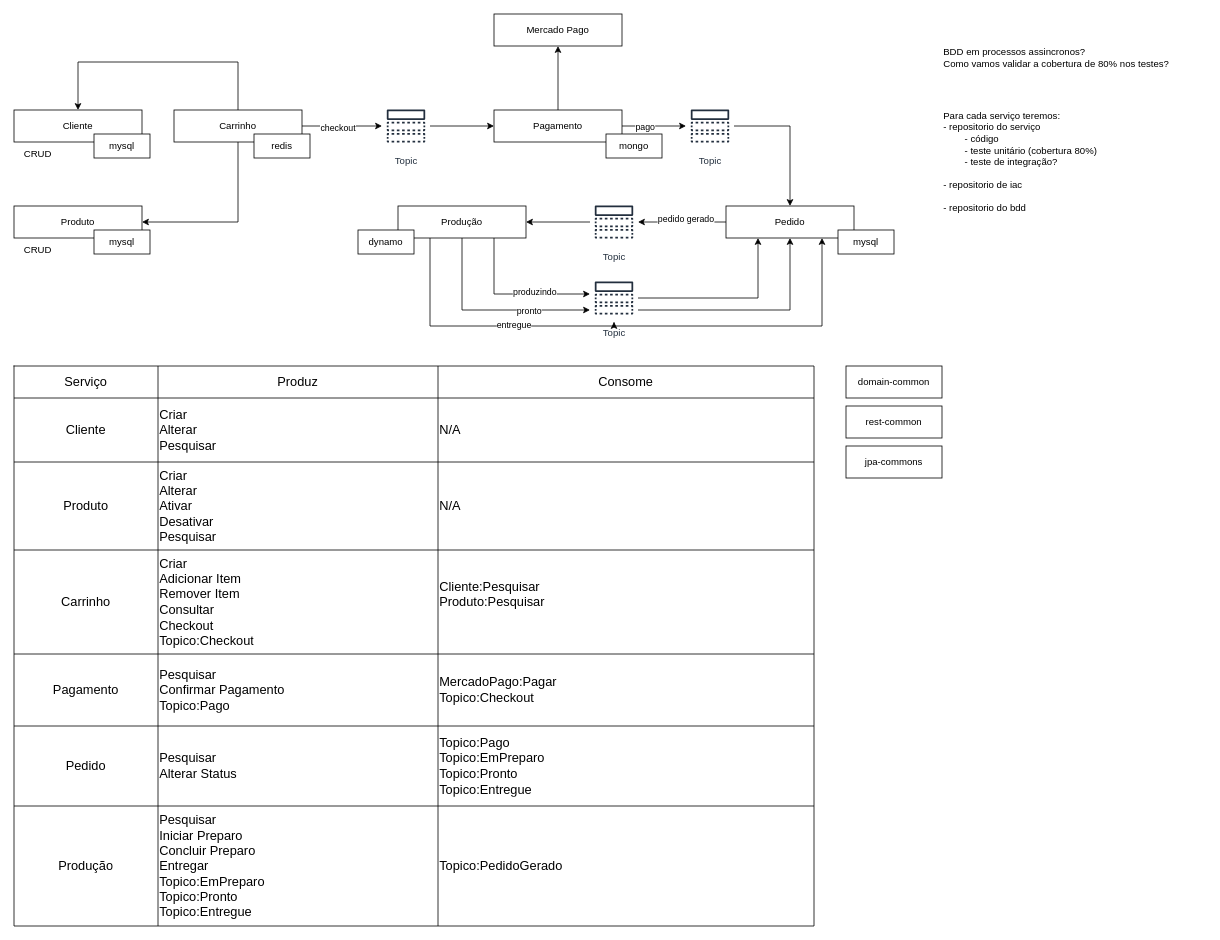
Earlier version of the draw.io diagram page "microservices" (7 of 7) of documentation/tech-challenge-architecture.drawio (fiap-postech/tech-chalenge). Source tidied: cells renumbered, new cells numbered last; positions are measured from the earlier drawing's top-left corner, leaving out a move shared by most shapes. Both pictures are drawn from the tidied source at 80%, with x=0, y=0 at pixel (14, 14).
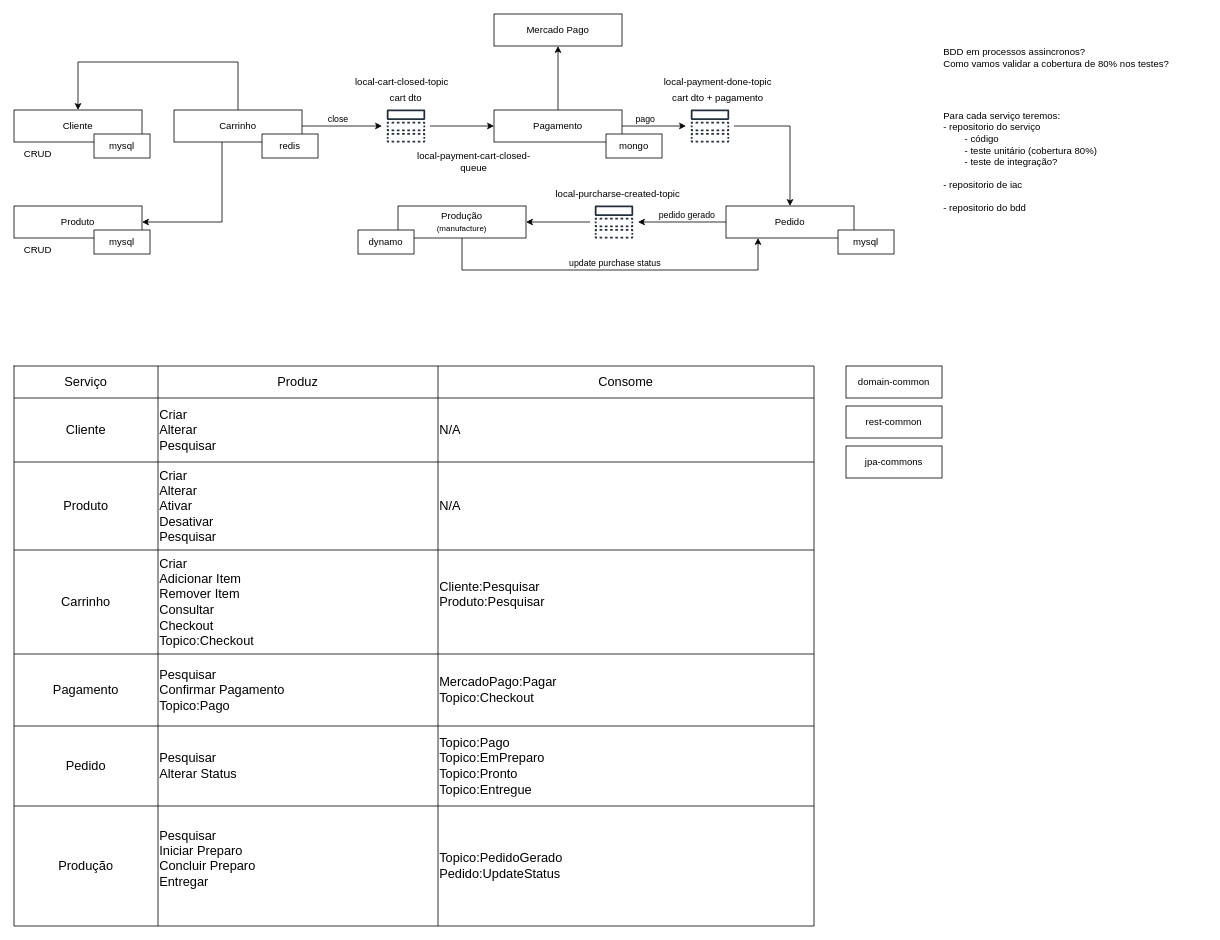
The same page after the edit.

The change refers to these unchanged cells:
```xml
<mxCell id="2" style="edgeStyle=orthogonalEdgeStyle;rounded=0;jettySize=auto;html=1;" parent="1" edge="1" source="4" target="63">
  <mxGeometry relative="1" as="geometry" />
</mxCell>
<mxCell id="4" value="Pedido" style="rounded=0;whiteSpace=wrap;html=1;" parent="1" vertex="1">
  <mxGeometry x="890" y="240" width="160" height="40" as="geometry" />
</mxCell>
<mxCell id="5" style="edgeStyle=orthogonalEdgeStyle;rounded=0;jettySize=auto;html=1;" parent="1" edge="1" source="8" target="61">
  <mxGeometry relative="1" as="geometry" />
</mxCell>
<mxCell id="16" style="edgeStyle=orthogonalEdgeStyle;rounded=0;jettySize=auto;html=1;" parent="1" edge="1" source="20" target="59">
  <mxGeometry relative="1" as="geometry" />
</mxCell>
<mxCell id="20" value="Carrinho" style="rounded=0;whiteSpace=wrap;html=1;" parent="1" vertex="1">
  <mxGeometry x="200" y="120" width="160" height="40" as="geometry" />
</mxCell>
<mxCell id="46" style="shape=tableRow;horizontal=0;startSize=0;swimlaneHead=0;swimlaneBody=0;strokeColor=inherit;top=0;left=0;bottom=0;right=0;fillColor=none;fontSize=16;" parent="21" vertex="1">
  <mxGeometry y="550" width="1000" height="150" as="geometry" />
</mxCell>
<mxCell id="55" value="Produto" style="rounded=0;whiteSpace=wrap;html=1;" parent="54" vertex="1">
  <mxGeometry width="160" height="40" as="geometry" />
</mxCell>
```

The edit, as a diff of the source:
```diff
@@
     <mxCell id="3" value="pedido gerado" style="edgeLabel;html=1;align=center;verticalAlign=middle;" parent="2" vertex="1">
-      <mxGeometry x="-0.07" y="-4" relative="1" as="geometry" />
+      <mxGeometry x="-0.07" y="-4" relative="1" as="geometry">
+        <mxPoint x="1" y="-6" as="offset" />
+      </mxGeometry>
     </mxCell>
@@
     <mxCell id="6" value="pago" style="edgeLabel;html=1;align=center;verticalAlign=middle;" parent="5" vertex="1">
-      <mxGeometry x="-0.3" relative="1" as="geometry" />
+      <mxGeometry x="-0.3" relative="1" as="geometry">
+        <mxPoint y="-10" as="offset" />
+      </mxGeometry>
     </mxCell>
@@
-    <mxCell id="9" style="edgeStyle=orthogonalEdgeStyle;rounded=0;jettySize=auto;html=1;exitX=0.75;exitY=1;exitDx=0;exitDy=0;" parent="1" edge="1" source="15" target="67">
-      <mxGeometry relative="1" as="geometry">
-        <Array as="points">
-          <mxPoint x="600" y="350" />
-        </Array>
-      </mxGeometry>
-    </mxCell>
-    <mxCell id="10" value="produzindo" style="edgeLabel;html=1;align=center;verticalAlign=middle;" parent="9" vertex="1">
-      <mxGeometry x="0.17" y="3" relative="1" as="geometry">
-        <mxPoint x="9" as="offset" />
-      </mxGeometry>
-    </mxCell>
-    <mxCell id="11" style="edgeStyle=orthogonalEdgeStyle;rounded=0;jettySize=auto;html=1;exitX=0.5;exitY=1;exitDx=0;exitDy=0;" parent="1" edge="1" source="15" target="67">
-      <mxGeometry relative="1" as="geometry">
-        <Array as="points">
-          <mxPoint x="560" y="370" />
-        </Array>
-      </mxGeometry>
-    </mxCell>
-    <mxCell id="12" value="pronto" style="edgeLabel;html=1;align=center;verticalAlign=middle;" parent="11" vertex="1">
-      <mxGeometry x="0.38" relative="1" as="geometry" />
-    </mxCell>
-    <mxCell id="13" style="edgeStyle=orthogonalEdgeStyle;rounded=0;jettySize=auto;html=1;exitX=0.25;exitY=1;exitDx=0;exitDy=0;" parent="1" edge="1" source="15" target="67">
-      <mxGeometry relative="1" as="geometry">
-        <Array as="points">
-          <mxPoint x="520" y="390" />
-          <mxPoint x="750" y="390" />
-        </Array>
-      </mxGeometry>
-    </mxCell>
-    <mxCell id="14" value="entregue" style="edgeLabel;html=1;align=center;verticalAlign=middle;" parent="13" vertex="1">
-      <mxGeometry x="0.24" y="2" relative="1" as="geometry" />
-    </mxCell>
-    <mxCell id="15" value="Produção" style="rounded=0;whiteSpace=wrap;html=1;" parent="1" vertex="1">
+    <mxCell id="15" value="Produção&lt;br&gt;&lt;font style=&quot;font-size: 10px;&quot;&gt;(manufacture)&lt;/font&gt;" style="rounded=0;whiteSpace=wrap;html=1;" parent="1" vertex="1">
       <mxGeometry x="480" y="240" width="160" height="40" as="geometry" />
     </mxCell>
@@
-    <mxCell id="17" value="checkout" style="edgeLabel;html=1;align=center;verticalAlign=middle;" parent="16" vertex="1">
-      <mxGeometry x="-0.13" y="-2" relative="1" as="geometry" />
+    <mxCell id="17" value="close" style="edgeLabel;html=1;align=center;verticalAlign=middle;" parent="16" vertex="1">
+      <mxGeometry x="-0.13" y="-2" relative="1" as="geometry">
+        <mxPoint y="-12" as="offset" />
+      </mxGeometry>
     </mxCell>
@@
     <mxCell id="19" style="edgeStyle=orthogonalEdgeStyle;rounded=0;jettySize=auto;html=1;entryX=1;entryY=0.5;entryDx=0;entryDy=0;" parent="1" edge="1" source="20" target="55">
       <mxGeometry relative="1" as="geometry">
         <Array as="points">
-          <mxPoint x="280" y="260" />
+          <mxPoint x="260" y="260" />
         </Array>
       </mxGeometry>
     </mxCell>
@@
-    <mxCell id="48" value="Pesquisar&lt;br&gt;Iniciar Preparo&lt;br&gt;Concluir Preparo&lt;br&gt;Entregar&lt;br&gt;&lt;div style=&quot;border-color: var(--border-color);&quot;&gt;Topico:EmPreparo&lt;/div&gt;&lt;div style=&quot;border-color: var(--border-color);&quot;&gt;&lt;span style=&quot;border-color: var(--border-color); background-color: initial;&quot;&gt;Topico:Pronto&lt;/span&gt;&lt;/div&gt;&lt;div style=&quot;border-color: var(--border-color);&quot;&gt;&lt;span style=&quot;border-color: var(--border-color); background-color: initial;&quot;&gt;Topico:Entregue&lt;/span&gt;&lt;/div&gt;" style="shape=partialRectangle;html=1;whiteSpace=wrap;strokeColor=inherit;overflow=hidden;fillColor=none;top=0;left=0;bottom=0;right=0;fontSize=16;align=left;" parent="46" vertex="1">
+    <mxCell id="48" value="Pesquisar&lt;br&gt;Iniciar Preparo&lt;br&gt;Concluir Preparo&lt;br&gt;Entregar&lt;br&gt;&lt;div style=&quot;border-color: var(--border-color);&quot;&gt;&lt;br&gt;&lt;/div&gt;" style="shape=partialRectangle;html=1;whiteSpace=wrap;strokeColor=inherit;overflow=hidden;fillColor=none;top=0;left=0;bottom=0;right=0;fontSize=16;align=left;" parent="46" vertex="1">
       <mxGeometry x="180" width="350" height="150" as="geometry" />
     </mxCell>
-    <mxCell id="49" value="Topico:PedidoGerado" style="shape=partialRectangle;html=1;whiteSpace=wrap;strokeColor=inherit;overflow=hidden;fillColor=none;top=0;left=0;bottom=0;right=0;fontSize=16;align=left;" parent="46" vertex="1">
+    <mxCell id="49" value="Topico:PedidoGerado&lt;br&gt;Pedido:UpdateStatus" style="shape=partialRectangle;html=1;whiteSpace=wrap;strokeColor=inherit;overflow=hidden;fillColor=none;top=0;left=0;bottom=0;right=0;fontSize=16;align=left;" parent="46" vertex="1">
       <mxGeometry x="530" width="470" height="150" as="geometry" />
     </mxCell>
@@
-    <mxCell id="59" value="Topic" style="sketch=0;outlineConnect=0;fontColor=#232F3E;gradientColor=none;strokeColor=#232F3E;fillColor=#ffffff;dashed=0;verticalLabelPosition=bottom;verticalAlign=top;align=center;html=1;fontSize=12;fontStyle=0;shape=mxgraph.aws4.resourceIcon;resIcon=mxgraph.aws4.topic;" parent="1" vertex="1">
+    <mxCell id="59" style="sketch=0;outlineConnect=0;fontColor=#232F3E;gradientColor=none;strokeColor=#232F3E;fillColor=#ffffff;dashed=0;verticalLabelPosition=bottom;verticalAlign=top;align=center;html=1;fontSize=12;fontStyle=0;shape=mxgraph.aws4.resourceIcon;resIcon=mxgraph.aws4.topic;" parent="1" vertex="1">
       <mxGeometry x="460" y="110" width="60" height="60" as="geometry" />
     </mxCell>
@@
-    <mxCell id="61" value="Topic" style="sketch=0;outlineConnect=0;fontColor=#232F3E;gradientColor=none;strokeColor=#232F3E;fillColor=#ffffff;dashed=0;verticalLabelPosition=bottom;verticalAlign=top;align=center;html=1;fontSize=12;fontStyle=0;shape=mxgraph.aws4.resourceIcon;resIcon=mxgraph.aws4.topic;" parent="1" vertex="1">
+    <mxCell id="61" style="sketch=0;outlineConnect=0;fontColor=#232F3E;gradientColor=none;strokeColor=#232F3E;fillColor=#ffffff;dashed=0;verticalLabelPosition=bottom;verticalAlign=top;align=center;html=1;fontSize=12;fontStyle=0;shape=mxgraph.aws4.resourceIcon;resIcon=mxgraph.aws4.topic;" parent="1" vertex="1">
       <mxGeometry x="840" y="110" width="60" height="60" as="geometry" />
     </mxCell>
@@
-    <mxCell id="63" value="Topic" style="sketch=0;outlineConnect=0;fontColor=#232F3E;gradientColor=none;strokeColor=#232F3E;fillColor=#ffffff;dashed=0;verticalLabelPosition=bottom;verticalAlign=top;align=center;html=1;fontSize=12;fontStyle=0;shape=mxgraph.aws4.resourceIcon;resIcon=mxgraph.aws4.topic;" parent="1" vertex="1">
+    <mxCell id="63" style="sketch=0;outlineConnect=0;fontColor=#232F3E;gradientColor=none;strokeColor=#232F3E;fillColor=#ffffff;dashed=0;verticalLabelPosition=bottom;verticalAlign=top;align=center;html=1;fontSize=12;fontStyle=0;shape=mxgraph.aws4.resourceIcon;resIcon=mxgraph.aws4.topic;" parent="1" vertex="1">
       <mxGeometry x="720" y="230" width="60" height="60" as="geometry" />
     </mxCell>
-    <mxCell id="64" style="edgeStyle=orthogonalEdgeStyle;rounded=0;jettySize=auto;html=1;entryX=0.25;entryY=1;entryDx=0;entryDy=0;" parent="1" edge="1" source="67" target="4">
-      <mxGeometry relative="1" as="geometry" />
+    <mxCell id="64" style="edgeStyle=orthogonalEdgeStyle;rounded=0;jettySize=auto;html=1;entryX=0.25;entryY=1;entryDx=0;entryDy=0;exitX=0.5;exitY=1;exitDx=0;exitDy=0;" parent="1" edge="1" source="15" target="4">
+      <mxGeometry relative="1" as="geometry">
+        <Array as="points">
+          <mxPoint x="560" y="320" />
+          <mxPoint x="930" y="320" />
+        </Array>
+      </mxGeometry>
     </mxCell>
-    <mxCell id="65" style="edgeStyle=orthogonalEdgeStyle;rounded=0;jettySize=auto;html=1;" parent="1" edge="1" source="67" target="4">
-      <mxGeometry relative="1" as="geometry">
-        <Array as="points">
-          <mxPoint x="970" y="370" />
-        </Array>
-      </mxGeometry>
-    </mxCell>
-    <mxCell id="66" style="edgeStyle=orthogonalEdgeStyle;rounded=0;jettySize=auto;html=1;entryX=0.75;entryY=1;entryDx=0;entryDy=0;" parent="1" edge="1" source="67" target="4">
-      <mxGeometry relative="1" as="geometry">
-        <Array as="points">
-          <mxPoint x="750" y="390" />
-          <mxPoint x="1010" y="390" />
-        </Array>
-      </mxGeometry>
-    </mxCell>
-    <mxCell id="67" value="Topic" style="sketch=0;outlineConnect=0;fontColor=#232F3E;gradientColor=none;strokeColor=#232F3E;fillColor=#ffffff;dashed=0;verticalLabelPosition=bottom;verticalAlign=top;align=center;html=1;fontSize=12;fontStyle=0;shape=mxgraph.aws4.resourceIcon;resIcon=mxgraph.aws4.topic;" parent="1" vertex="1">
-      <mxGeometry x="720" y="325" width="60" height="60" as="geometry" />
-    </mxCell>
+    <mxCell id="78" value="update purchase status" style="edgeLabel;html=1;align=center;verticalAlign=middle;" parent="64" vertex="1">
+      <mxGeometry x="-0.17" y="2" relative="1" as="geometry">
+        <mxPoint x="43" y="-8" as="offset" />
+      </mxGeometry>
+    </mxCell>
@@
     <mxCell id="69" value="redis" style="rounded=0;whiteSpace=wrap;html=1;" parent="1" vertex="1">
-      <mxGeometry x="300" y="150" width="70" height="30" as="geometry" />
+      <mxGeometry x="310" y="150" width="70" height="30" as="geometry" />
     </mxCell>
@@
+    <mxCell id="79" value="cart dto" style="text;html=1;strokeColor=none;fillColor=none;align=center;verticalAlign=middle;whiteSpace=wrap;rounded=0;" parent="1" vertex="1">
+      <mxGeometry x="460" y="90" width="60" height="30" as="geometry" />
+    </mxCell>
+    <mxCell id="80" value="cart dto + pagamento" style="text;html=1;strokeColor=none;fillColor=none;align=center;verticalAlign=middle;whiteSpace=wrap;rounded=0;" parent="1" vertex="1">
+      <mxGeometry x="810" y="90" width="140" height="30" as="geometry" />
+    </mxCell>
+    <mxCell id="81" value="local-cart-closed-topic" style="text;html=1;strokeColor=none;fillColor=none;align=center;verticalAlign=middle;whiteSpace=wrap;rounded=0;" parent="1" vertex="1">
+      <mxGeometry x="370" y="70" width="230" height="30" as="geometry" />
+    </mxCell>
+    <mxCell id="82" value="local-payment-done-topic" style="text;html=1;strokeColor=none;fillColor=none;align=center;verticalAlign=middle;whiteSpace=wrap;rounded=0;" parent="1" vertex="1">
+      <mxGeometry x="810" y="70" width="140" height="30" as="geometry" />
+    </mxCell>
+    <mxCell id="83" value="local-purcharse-created-topic" style="text;html=1;strokeColor=none;fillColor=none;align=center;verticalAlign=middle;whiteSpace=wrap;rounded=0;" parent="1" vertex="1">
+      <mxGeometry x="670" y="210" width="170" height="30" as="geometry" />
+    </mxCell>
+    <mxCell id="84" value="local-payment-cart-closed-queue" style="text;html=1;strokeColor=none;fillColor=none;align=center;verticalAlign=middle;whiteSpace=wrap;rounded=0;" parent="1" vertex="1">
+      <mxGeometry x="490" y="170" width="170" height="30" as="geometry" />
+    </mxCell>
```
